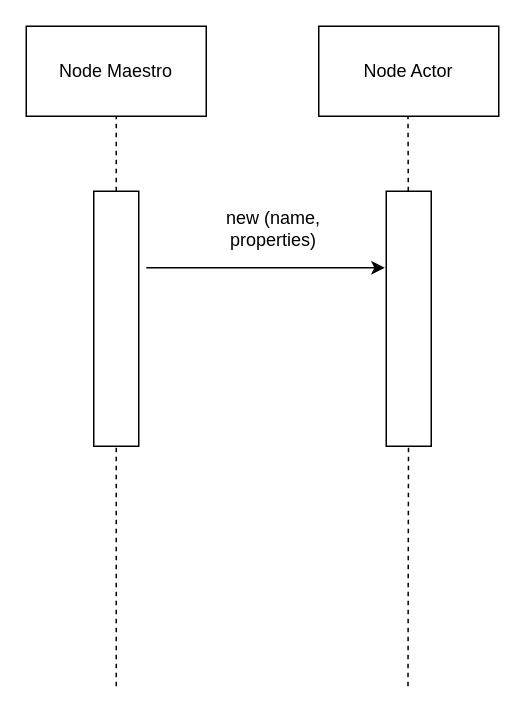
Earlier version of the draw.io diagram Spawning-nodes-som-basic.drawio (vanelopethecoder/som-basic). Source tidied: cells renumbered, new cells numbered last; positions are measured from the earlier drawing's top-left corner, leaving out a move shared by most shapes. Both pictures are drawn from the tidied source at 150%, with x=0, y=0 at pixel (26, 26).
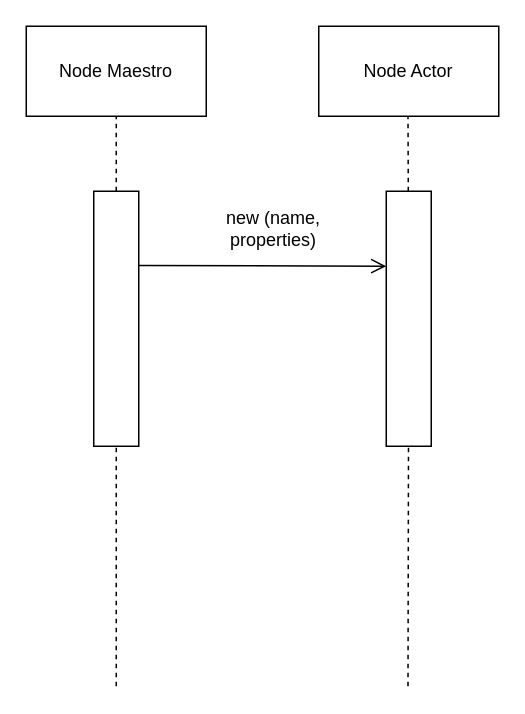
The same page after the edit.

What changed in the source:
```diff
@@
 <mxGraphModel>
   <root>
     <mxCell id="0" />
     <mxCell id="1" parent="0" />
     <mxCell id="2" value="Node Maestro" style="rounded=0;whiteSpace=wrap;html=1;" parent="1" vertex="1">
       <mxGeometry width="120" height="60" as="geometry" />
     </mxCell>
     <mxCell id="3" value="Node Actor" style="rounded=0;whiteSpace=wrap;html=1;" parent="1" vertex="1">
       <mxGeometry x="195" width="120" height="60" as="geometry" />
     </mxCell>
     <mxCell id="4" style="endArrow=none;dashed=1;html=1;rounded=0;startArrow=none;" parent="1" edge="1" source="6">
       <mxGeometry relative="1" as="geometry">
         <mxPoint x="60" y="60" as="targetPoint" />
       </mxGeometry>
     </mxCell>
     <mxCell id="5" style="endArrow=none;dashed=1;html=1;rounded=0;startArrow=none;" parent="1" edge="1" source="8">
       <mxGeometry relative="1" as="geometry">
         <mxPoint x="254.5" y="60" as="targetPoint" />
       </mxGeometry>
     </mxCell>
     <mxCell id="6" style="rounded=0;whiteSpace=wrap;html=1;" parent="1" vertex="1">
       <mxGeometry x="45" y="110" width="30" height="170" as="geometry" />
     </mxCell>
     <mxCell id="7" style="endArrow=none;dashed=1;html=1;rounded=0;" parent="1" edge="1" target="6">
       <mxGeometry relative="1" as="geometry">
         <mxPoint x="60" y="440" as="sourcePoint" />
       </mxGeometry>
     </mxCell>
     <mxCell id="8" style="rounded=0;whiteSpace=wrap;html=1;" parent="1" vertex="1">
       <mxGeometry x="240" y="110" width="30" height="170" as="geometry" />
     </mxCell>
     <mxCell id="9" style="endArrow=none;dashed=1;html=1;rounded=0;" parent="1" edge="1" target="8">
       <mxGeometry relative="1" as="geometry">
         <mxPoint x="254.5" y="440" as="sourcePoint" />
       </mxGeometry>
     </mxCell>
-    <mxCell id="10" style="endArrow=classic;html=1;rounded=0;entryX=-0.033;entryY=0.3;entryDx=0;entryDy=0;entryPerimeter=0;" parent="1" edge="1" target="8">
-      <mxGeometry relative="1" as="geometry">
-        <mxPoint x="80" y="161" as="sourcePoint" />
-      </mxGeometry>
-    </mxCell>
     <mxCell id="11" value="new (name, properties)" style="text;html=1;strokeColor=none;fillColor=none;align=center;verticalAlign=middle;whiteSpace=wrap;rounded=0;" parent="1" vertex="1">
       <mxGeometry x="120" y="120" width="90" height="30" as="geometry" />
     </mxCell>
+    <mxCell id="12" style="edgeStyle=orthogonalEdgeStyle;html=1;verticalAlign=bottom;endArrow=open;endSize=8;strokeColor=#000000;rounded=0;exitX=0.952;exitY=0.619;exitDx=0;exitDy=0;exitPerimeter=0;entryX=0;entryY=0.294;entryDx=0;entryDy=0;entryPerimeter=0;" parent="1" edge="1" target="8">
+      <mxGeometry relative="1" as="geometry">
+        <mxPoint x="75" y="159.5" as="sourcePoint" />
+      </mxGeometry>
+    </mxCell>
   </root>
 </mxGraphModel>
```
